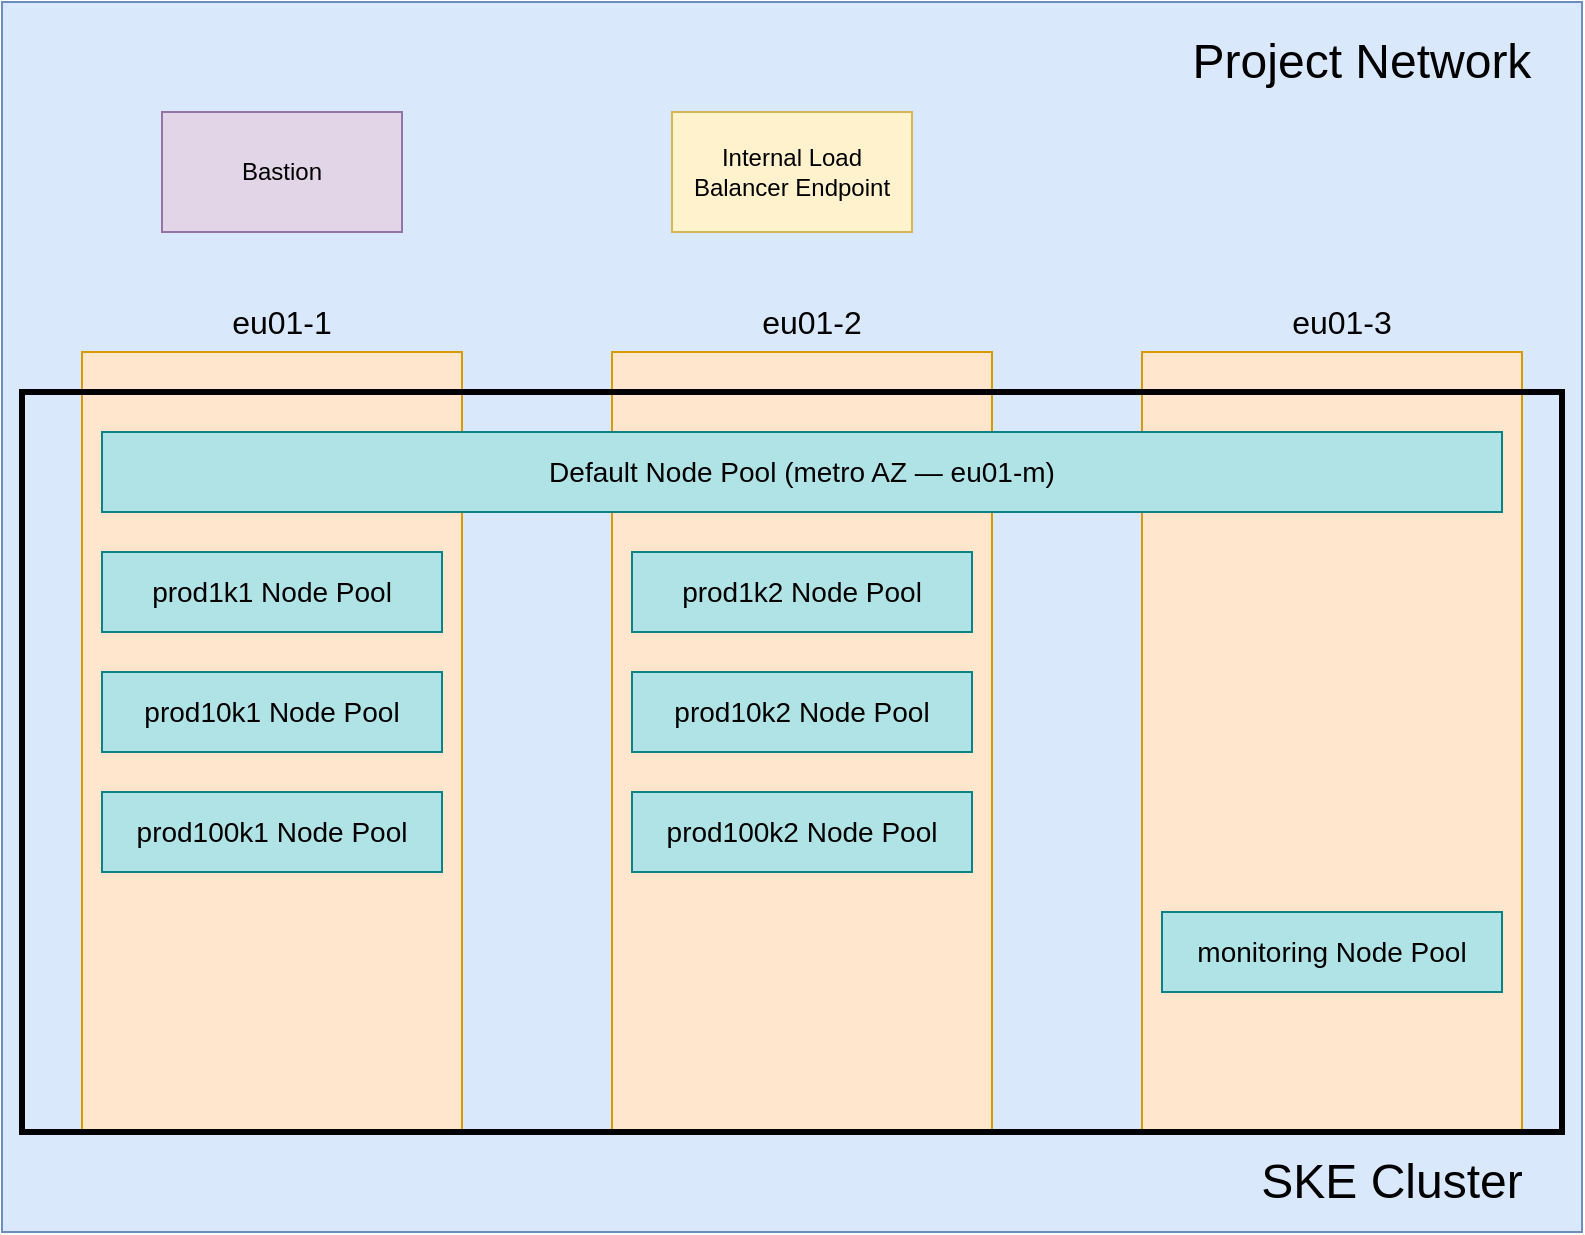
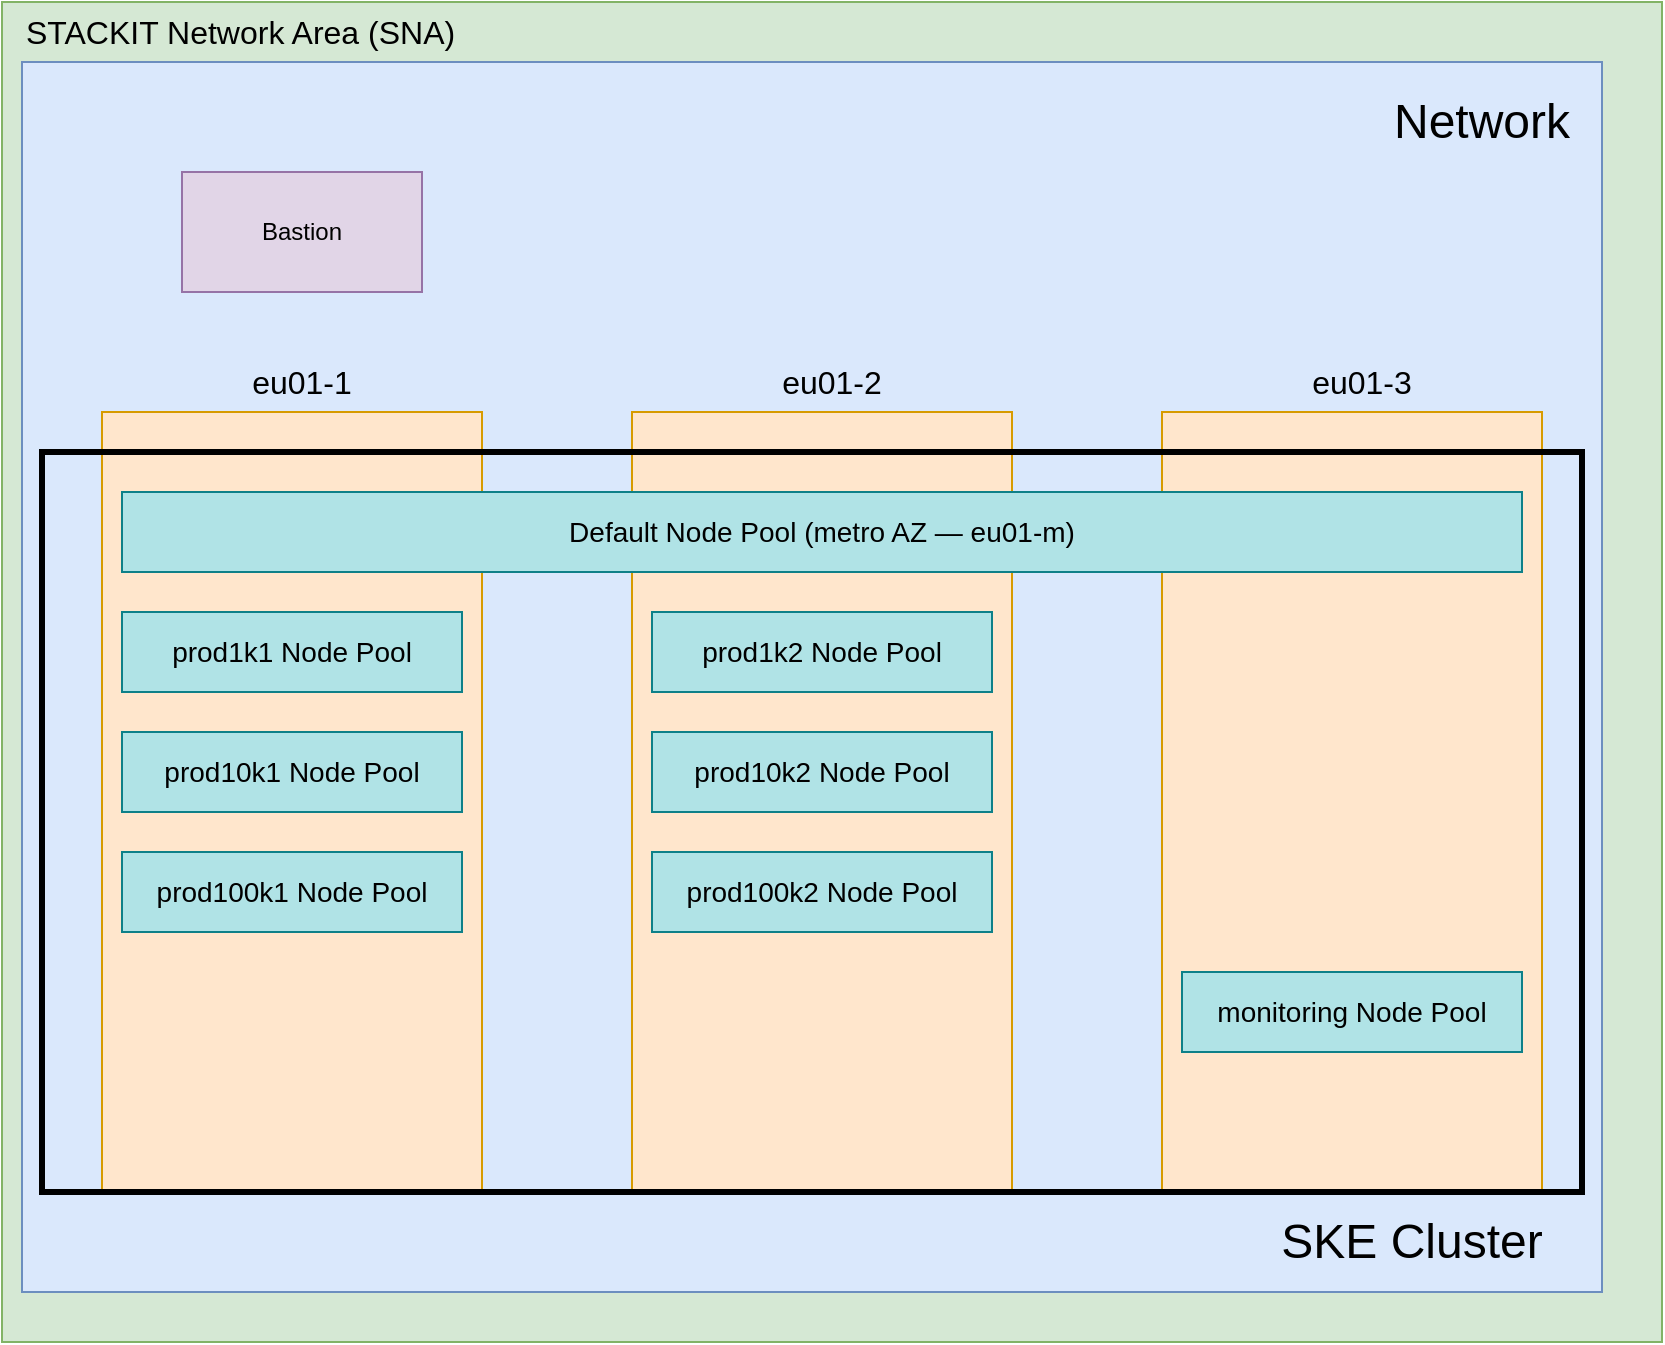
<mxfile host="app.diagrams.net" agent="Mozilla/5.0 (Macintosh; Intel Mac OS X 10_15_7) AppleWebKit/605.1.15 (KHTML, like Gecko) Version/17.6 Safari/605.1.15" version="26.0.10">
  <diagram name="Page-1" id="wOth1ota07Pw-S6lClBJ">
    <mxGraphModel dx="1434" dy="802" grid="1" gridSize="10" guides="1" tooltips="1" connect="1" arrows="1" fold="1" page="1" pageScale="1" pageWidth="850" pageHeight="1100" math="0" shadow="0">
      <root>
        <mxCell id="0" />
        <mxCell id="1" parent="0" />
+         <mxCell id="ske-sna-bg" value="" style="rounded=0;whiteSpace=wrap;html=1;fillColor=#d5e8d4;strokeColor=#82b366;" parent="1" vertex="1">
+           <mxGeometry x="10" y="5" width="830" height="670" as="geometry" />
+         </mxCell>
+         <mxCell id="ske-sna-label" value="STACKIT Network Area (SNA)" style="text;html=1;strokeColor=none;fillColor=none;align=left;verticalAlign=middle;whiteSpace=wrap;rounded=0;fontSize=16;" parent="1" vertex="1">
+           <mxGeometry x="20" y="10" width="320" height="20" as="geometry" />
+         </mxCell>
        <mxCell id="ske-net-bg" value="" style="rounded=0;whiteSpace=wrap;html=1;fillColor=#dae8fc;strokeColor=#6c8ebf;" parent="1" vertex="1">
          <mxGeometry x="20" y="35" width="790" height="615" as="geometry" />
        </mxCell>
-         <mxCell id="ske-net-label" value="Project Network" style="text;html=1;strokeColor=none;fillColor=none;align=center;verticalAlign=middle;whiteSpace=wrap;rounded=0;fontSize=24;" parent="1" vertex="1">
-           <mxGeometry x="590" y="50" width="220" height="30" as="geometry" />
+         <mxCell id="ske-net-label" value="Network" style="text;html=1;strokeColor=none;fillColor=none;align=center;verticalAlign=middle;whiteSpace=wrap;rounded=0;fontSize=24;" parent="1" vertex="1">
+           <mxGeometry x="690" y="50" width="120" height="30" as="geometry" />
        </mxCell>
        <mxCell id="ske-az1" value="" style="rounded=0;whiteSpace=wrap;html=1;fillColor=#ffe6cc;strokeColor=#d79b00;" parent="1" vertex="1">
          <mxGeometry x="60" y="210" width="190" height="390" as="geometry" />
        </mxCell>
        <mxCell id="ske-az1-label" value="eu01-1" style="text;html=1;strokeColor=none;fillColor=none;align=center;verticalAlign=middle;whiteSpace=wrap;rounded=0;fontSize=16;" parent="1" vertex="1">
          <mxGeometry x="95" y="180" width="130" height="30" as="geometry" />
        </mxCell>
        <mxCell id="ske-az2" value="" style="rounded=0;whiteSpace=wrap;html=1;fillColor=#ffe6cc;strokeColor=#d79b00;" parent="1" vertex="1">
          <mxGeometry x="325" y="210" width="190" height="390" as="geometry" />
        </mxCell>
        <mxCell id="ske-az2-label" value="eu01-2" style="text;html=1;strokeColor=none;fillColor=none;align=center;verticalAlign=middle;whiteSpace=wrap;rounded=0;fontSize=16;" parent="1" vertex="1">
          <mxGeometry x="360" y="180" width="130" height="30" as="geometry" />
        </mxCell>
        <mxCell id="ske-az3" value="" style="rounded=0;whiteSpace=wrap;html=1;fillColor=#ffe6cc;strokeColor=#d79b00;" parent="1" vertex="1">
          <mxGeometry x="590" y="210" width="190" height="390" as="geometry" />
        </mxCell>
        <mxCell id="ske-az3-label" value="eu01-3" style="text;html=1;strokeColor=none;fillColor=none;align=center;verticalAlign=middle;whiteSpace=wrap;rounded=0;fontSize=16;" parent="1" vertex="1">
          <mxGeometry x="625" y="180" width="130" height="30" as="geometry" />
        </mxCell>
        <mxCell id="ske-bastion" value="Bastion" style="rounded=0;whiteSpace=wrap;html=1;fillColor=#e1d5e7;strokeColor=#9673a6;" parent="1" vertex="1">
          <mxGeometry x="100" y="90" width="120" height="60" as="geometry" />
-         </mxCell>
-         <mxCell id="ske-ilb" value="Internal Load Balancer Endpoint" style="rounded=0;whiteSpace=wrap;html=1;fillColor=#fff2cc;strokeColor=#d6b656;" parent="1" vertex="1">
-           <mxGeometry x="355" y="90" width="120" height="60" as="geometry" />
        </mxCell>
        <mxCell id="ske-cluster-border" value="" style="rounded=0;whiteSpace=wrap;html=1;fillColor=none;strokeWidth=3;" parent="1" vertex="1">
          <mxGeometry x="30" y="230" width="770" height="370" as="geometry" />
        </mxCell>
        <mxCell id="ske-cluster-label" value="SKE Cluster" style="text;html=1;strokeColor=none;fillColor=none;align=center;verticalAlign=middle;whiteSpace=wrap;rounded=0;fontSize=24;" parent="1" vertex="1">
          <mxGeometry x="640" y="610" width="150" height="30" as="geometry" />
        </mxCell>
        <mxCell id="ske-default-pool" value="&lt;font style=&quot;font-size: 14px;&quot;&gt;Default Node Pool (metro AZ — eu01-m)&lt;/font&gt;" style="rounded=0;whiteSpace=wrap;html=1;fillColor=#b0e3e6;strokeColor=#0e8088;" parent="1" vertex="1">
          <mxGeometry x="70" y="250" width="700" height="40" as="geometry" />
        </mxCell>
        <mxCell id="ske-prod1k1" value="&lt;font style=&quot;font-size: 14px;&quot;&gt;prod1k1 Node Pool&lt;/font&gt;" style="rounded=0;whiteSpace=wrap;html=1;fillColor=#b0e3e6;strokeColor=#0e8088;" parent="1" vertex="1">
          <mxGeometry x="70" y="310" width="170" height="40" as="geometry" />
        </mxCell>
        <mxCell id="ske-prod1k2" value="&lt;font style=&quot;font-size: 14px;&quot;&gt;prod1k2 Node Pool&lt;/font&gt;" style="rounded=0;whiteSpace=wrap;html=1;fillColor=#b0e3e6;strokeColor=#0e8088;" parent="1" vertex="1">
          <mxGeometry x="335" y="310" width="170" height="40" as="geometry" />
        </mxCell>
        <mxCell id="ske-prod10k1" value="&lt;font style=&quot;font-size: 14px;&quot;&gt;prod10k1 Node Pool&lt;/font&gt;" style="rounded=0;whiteSpace=wrap;html=1;fillColor=#b0e3e6;strokeColor=#0e8088;" parent="1" vertex="1">
          <mxGeometry x="70" y="370" width="170" height="40" as="geometry" />
        </mxCell>
        <mxCell id="ske-prod10k2" value="&lt;font style=&quot;font-size: 14px;&quot;&gt;prod10k2 Node Pool&lt;/font&gt;" style="rounded=0;whiteSpace=wrap;html=1;fillColor=#b0e3e6;strokeColor=#0e8088;" parent="1" vertex="1">
          <mxGeometry x="335" y="370" width="170" height="40" as="geometry" />
        </mxCell>
        <mxCell id="ske-prod100k1" value="&lt;font style=&quot;font-size: 14px;&quot;&gt;prod100k1 Node Pool&lt;/font&gt;" style="rounded=0;whiteSpace=wrap;html=1;fillColor=#b0e3e6;strokeColor=#0e8088;" parent="1" vertex="1">
          <mxGeometry x="70" y="430" width="170" height="40" as="geometry" />
        </mxCell>
        <mxCell id="ske-prod100k2" value="&lt;font style=&quot;font-size: 14px;&quot;&gt;prod100k2 Node Pool&lt;/font&gt;" style="rounded=0;whiteSpace=wrap;html=1;fillColor=#b0e3e6;strokeColor=#0e8088;" parent="1" vertex="1">
          <mxGeometry x="335" y="430" width="170" height="40" as="geometry" />
        </mxCell>
        <mxCell id="ske-monitoring" value="&lt;font style=&quot;font-size: 14px;&quot;&gt;monitoring Node Pool&lt;/font&gt;" style="rounded=0;whiteSpace=wrap;html=1;fillColor=#b0e3e6;strokeColor=#0e8088;" parent="1" vertex="1">
          <mxGeometry x="600" y="490" width="170" height="40" as="geometry" />
        </mxCell>
      </root>
    </mxGraphModel>
  </diagram>
</mxfile>
